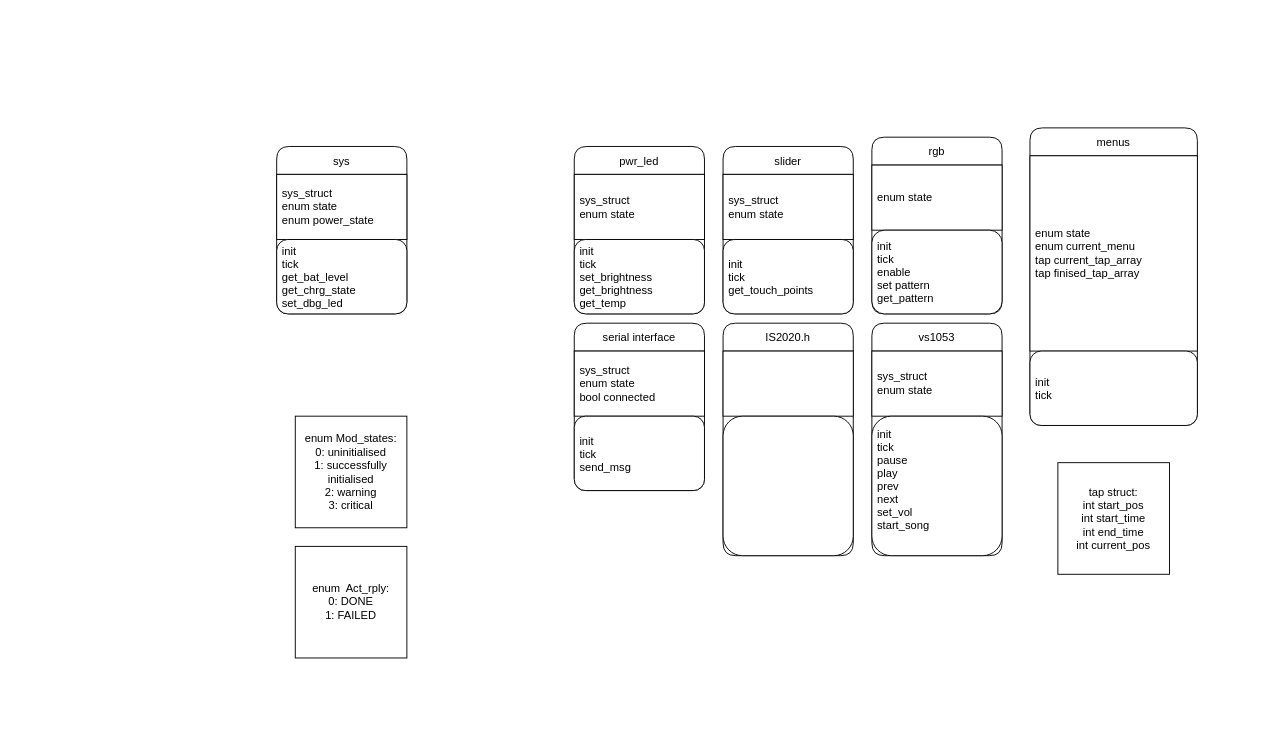
Earlier version of the draw.io diagram V2/code/M0 firmware/program layout.drawio (Scaniox/Glassphones). Source tidied: cells renumbered, new cells numbered last; positions are measured from the earlier drawing's top-left corner, leaving out a move shared by most shapes. Both pictures are drawn from the tidied source at 93%, with x=0, y=0 at pixel (276, 127).
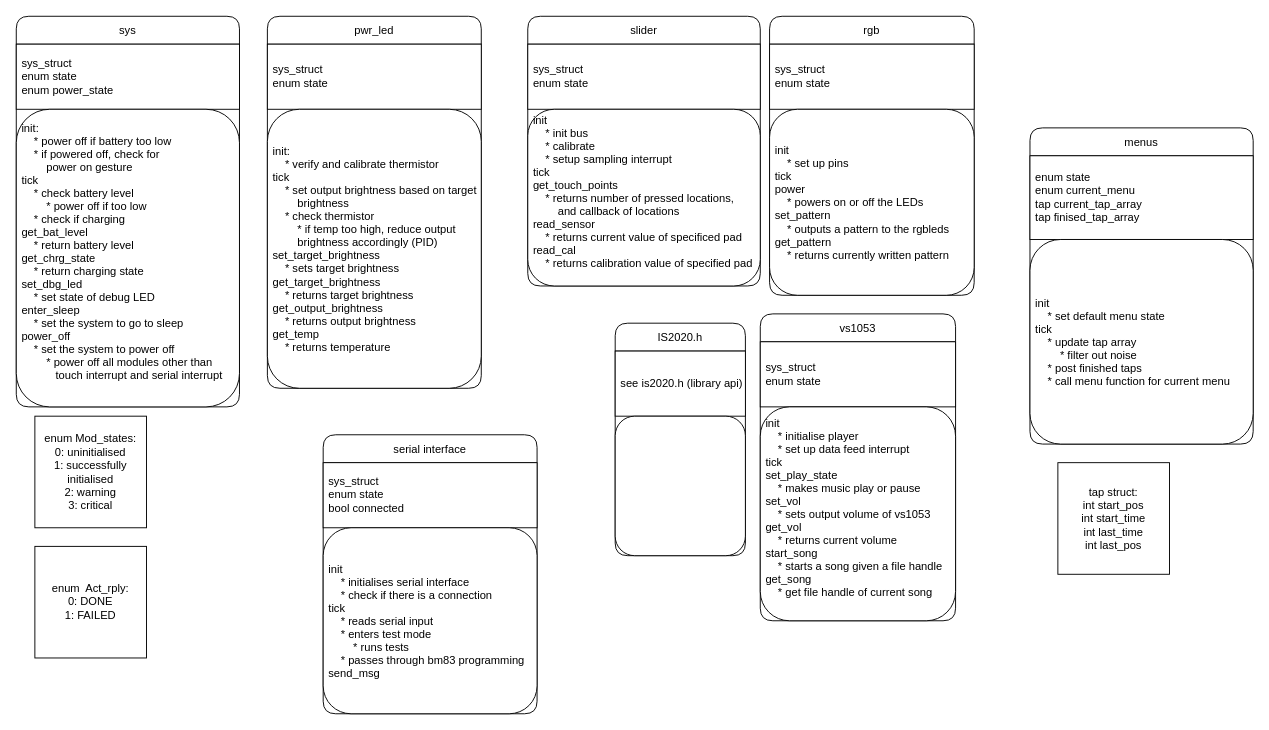
The same diagram, later.

Diff of the diagram source:
```diff
@@
     <mxCell id="2" value="IS2020.h" style="swimlane;fontStyle=0;horizontal=1;startSize=30;rounded=1;swimlaneFillColor=default;" parent="1" vertex="1">
-      <mxGeometry x="480" y="210" width="140" height="250" as="geometry" />
+      <mxGeometry x="364" y="210" width="140" height="250" as="geometry" />
     </mxCell>
-    <mxCell id="3" style="rounded=0;whiteSpace=wrap;html=1;align=left;spacingLeft=4;" parent="2" vertex="1">
+    <mxCell id="3" value="see is2020.h (library api)" style="rounded=0;whiteSpace=wrap;html=1;align=left;spacingLeft=4;" parent="2" vertex="1">
       <mxGeometry y="30" width="140" height="70" as="geometry" />
     </mxCell>
@@
     <mxCell id="5" value="enum Mod_states:&lt;br&gt;0: uninitialised&lt;br&gt;1: successfully initialised&lt;br&gt;2: warning&lt;br&gt;3: critical" style="rounded=0;whiteSpace=wrap;html=1;" parent="1" vertex="1">
-      <mxGeometry x="20" y="310" width="120" height="120" as="geometry" />
+      <mxGeometry x="-260" y="310" width="120" height="120" as="geometry" />
     </mxCell>
     <mxCell id="6" value="sys" style="swimlane;fontStyle=0;horizontal=1;startSize=30;rounded=1;swimlaneFillColor=default;" parent="1" vertex="1">
-      <mxGeometry y="20" width="140" height="180" as="geometry" />
+      <mxGeometry x="-280" y="-120" width="240" height="420" as="geometry" />
     </mxCell>
     <mxCell id="7" value="sys_struct&lt;br&gt;enum state&lt;br&gt;enum power_state" style="rounded=0;whiteSpace=wrap;html=1;align=left;spacingLeft=4;" parent="6" vertex="1">
-      <mxGeometry y="30" width="140" height="70" as="geometry" />
+      <mxGeometry y="30" width="240" height="70" as="geometry" />
     </mxCell>
-    <mxCell id="8" value="init&#10;tick&#10;get_bat_level&#10;get_chrg_state&#10;set_dbg_led" style="text;strokeColor=default;fillColor=default;align=left;verticalAlign=middle;spacingLeft=4;spacingRight=4;overflow=hidden;rounded=1;shadow=0;" parent="6" vertex="1">
-      <mxGeometry y="100" width="140" height="80" as="geometry" />
+    <mxCell id="8" value="init:&#10;    * power off if battery too low&#10;    * if powered off, check for &#10;        power on gesture&#10;tick&#10;    * check battery level&#10;        * power off if too low&#10;    * check if charging&#10;get_bat_level&#10;    * return battery level&#10;get_chrg_state&#10;    * return charging state&#10;set_dbg_led&#10;    * set state of debug LED&#10;enter_sleep&#10;    * set the system to go to sleep&#10;power_off&#10;    * set the system to power off&#10;        * power off all modules other than &#10;           touch interrupt and serial interrupt&#10;" style="text;strokeColor=default;fillColor=default;align=left;verticalAlign=middle;spacingLeft=4;spacingRight=4;overflow=hidden;rounded=1;shadow=0;" parent="6" vertex="1">
+      <mxGeometry y="100" width="240" height="320" as="geometry" />
     </mxCell>
     <mxCell id="9" value="pwr_led" style="swimlane;fontStyle=0;horizontal=1;startSize=30;rounded=1;swimlaneFillColor=default;" parent="1" vertex="1">
-      <mxGeometry x="320" y="20" width="140" height="180" as="geometry" />
+      <mxGeometry x="-10" y="-120" width="230" height="400" as="geometry" />
     </mxCell>
     <mxCell id="10" value="sys_struct&lt;br&gt;enum state" style="rounded=0;whiteSpace=wrap;html=1;align=left;spacingLeft=4;" parent="9" vertex="1">
-      <mxGeometry y="30" width="140" height="70" as="geometry" />
+      <mxGeometry y="30" width="230" height="70" as="geometry" />
     </mxCell>
-    <mxCell id="11" value="init&#10;tick&#10;set_brightness&#10;get_brightness&#10;get_temp" style="text;strokeColor=default;fillColor=default;align=left;verticalAlign=middle;spacingLeft=4;spacingRight=4;overflow=hidden;rounded=1;shadow=0;" parent="9" vertex="1">
-      <mxGeometry y="100" width="140" height="80" as="geometry" />
+    <mxCell id="11" value="init:&#10;    * verify and calibrate thermistor&#10;tick&#10;    * set output brightness based on target&#10;        brightness&#10;    * check thermistor&#10;        * if temp too high, reduce output &#10;        brightness accordingly (PID)&#10;set_target_brightness&#10;    * sets target brightness&#10;get_target_brightness&#10;    * returns target brightness&#10;get_output_brightness&#10;    * returns output brightness&#10;get_temp&#10;    * returns temperature " style="text;strokeColor=default;fillColor=default;align=left;verticalAlign=middle;spacingLeft=4;spacingRight=4;overflow=hidden;rounded=1;shadow=0;" parent="9" vertex="1">
+      <mxGeometry y="100" width="230" height="300" as="geometry" />
     </mxCell>
     <mxCell id="12" value="vs1053" style="swimlane;fontStyle=0;horizontal=1;startSize=30;rounded=1;swimlaneFillColor=default;" parent="1" vertex="1">
-      <mxGeometry x="640" y="210" width="140" height="250" as="geometry" />
+      <mxGeometry x="520" y="200" width="210" height="330" as="geometry" />
     </mxCell>
     <mxCell id="13" value="sys_struct&lt;br&gt;enum state" style="rounded=0;whiteSpace=wrap;html=1;align=left;spacingLeft=4;" parent="12" vertex="1">
-      <mxGeometry y="30" width="140" height="70" as="geometry" />
+      <mxGeometry y="30" width="210" height="70" as="geometry" />
     </mxCell>
-    <mxCell id="14" value="init&#10;tick&#10;pause &#10;play&#10;prev&#10;next&#10;set_vol&#10;start_song&#10;" style="text;strokeColor=default;fillColor=default;align=left;verticalAlign=middle;spacingLeft=4;spacingRight=4;overflow=hidden;rounded=1;shadow=0;" parent="12" vertex="1">
-      <mxGeometry y="100" width="140" height="150" as="geometry" />
+    <mxCell id="14" value="init&#10;    * initialise player&#10;    * set up data feed interrupt&#10;tick&#10;set_play_state&#10;    * makes music play or pause&#10;set_vol&#10;    * sets output volume of vs1053&#10;get_vol&#10;    * returns current volume&#10;start_song&#10;    * starts a song given a file handle&#10;get_song&#10;    * get file handle of current song&#10;" style="text;strokeColor=default;fillColor=default;align=left;verticalAlign=middle;spacingLeft=4;spacingRight=4;overflow=hidden;rounded=1;shadow=0;" parent="12" vertex="1">
+      <mxGeometry y="100" width="210" height="230" as="geometry" />
     </mxCell>
     <mxCell id="15" value="rgb" style="swimlane;fontStyle=0;horizontal=1;startSize=30;rounded=1;swimlaneFillColor=default;" parent="1" vertex="1">
-      <mxGeometry x="640" y="10" width="140" height="190" as="geometry" />
+      <mxGeometry x="530" y="-120" width="220" height="300" as="geometry" />
     </mxCell>
-    <mxCell id="16" value="enum state" style="rounded=0;whiteSpace=wrap;html=1;align=left;spacingLeft=4;" parent="15" vertex="1">
-      <mxGeometry y="30" width="140" height="70" as="geometry" />
+    <mxCell id="16" value="sys_struct&lt;br&gt;enum state" style="rounded=0;whiteSpace=wrap;html=1;align=left;spacingLeft=4;" parent="15" vertex="1">
+      <mxGeometry y="30" width="220" height="70" as="geometry" />
     </mxCell>
-    <mxCell id="17" value="init&#10;tick&#10;enable&#10;set pattern&#10;get_pattern" style="text;strokeColor=default;fillColor=default;align=left;verticalAlign=middle;spacingLeft=4;spacingRight=4;overflow=hidden;rounded=1;shadow=0;" parent="15" vertex="1">
-      <mxGeometry y="100" width="140" height="90" as="geometry" />
+    <mxCell id="17" value="init&#10;    * set up pins&#10;tick&#10;power&#10;    * powers on or off the LEDs&#10;set_pattern&#10;    * outputs a pattern to the rgbleds&#10;get_pattern&#10;    * returns currently written pattern" style="text;strokeColor=default;fillColor=default;align=left;verticalAlign=middle;spacingLeft=4;spacingRight=4;overflow=hidden;rounded=1;shadow=0;" parent="15" vertex="1">
+      <mxGeometry y="100" width="220" height="200" as="geometry" />
     </mxCell>
     <mxCell id="18" value="menus" style="swimlane;fontStyle=0;horizontal=1;startSize=30;rounded=1;swimlaneFillColor=default;" parent="1" vertex="1">
-      <mxGeometry x="810" width="180" height="320" as="geometry" />
+      <mxGeometry x="810" width="240" height="340" as="geometry" />
     </mxCell>
     <mxCell id="19" value="enum state&lt;br&gt;enum current_menu&lt;br&gt;tap current_tap_array&lt;br&gt;tap finised_tap_array" style="rounded=0;whiteSpace=wrap;html=1;align=left;spacingLeft=4;" parent="18" vertex="1">
-      <mxGeometry y="30" width="180" height="210" as="geometry" />
+      <mxGeometry y="30" width="240" height="90" as="geometry" />
     </mxCell>
-    <mxCell id="20" value="init&#10;tick" style="text;strokeColor=default;fillColor=default;align=left;verticalAlign=middle;spacingLeft=4;spacingRight=4;overflow=hidden;rounded=1;shadow=0;" parent="18" vertex="1">
-      <mxGeometry y="240" width="180" height="80" as="geometry" />
+    <mxCell id="20" value="init&#10;    * set default menu state&#10;tick&#10;    * update tap array&#10;        * filter out noise&#10;    * post finished taps&#10;    * call menu function for current menu" style="text;strokeColor=default;fillColor=default;align=left;verticalAlign=middle;spacingLeft=4;spacingRight=4;overflow=hidden;rounded=1;shadow=0;" parent="18" vertex="1">
+      <mxGeometry y="120" width="240" height="220" as="geometry" />
     </mxCell>
     <mxCell id="21" value="slider" style="swimlane;fontStyle=0;horizontal=1;startSize=30;rounded=1;swimlaneFillColor=default;" parent="1" vertex="1">
-      <mxGeometry x="480" y="20" width="140" height="180" as="geometry" />
+      <mxGeometry x="270" y="-120" width="250" height="290" as="geometry" />
     </mxCell>
     <mxCell id="22" value="sys_struct&lt;br&gt;enum state" style="rounded=0;whiteSpace=wrap;html=1;align=left;spacingLeft=4;" parent="21" vertex="1">
-      <mxGeometry y="30" width="140" height="70" as="geometry" />
+      <mxGeometry y="30" width="250" height="70" as="geometry" />
     </mxCell>
-    <mxCell id="23" value="init&#10;tick&#10;get_touch_points" style="text;strokeColor=default;fillColor=default;align=left;verticalAlign=middle;spacingLeft=4;spacingRight=4;overflow=hidden;rounded=1;shadow=0;" parent="21" vertex="1">
-      <mxGeometry y="100" width="140" height="80" as="geometry" />
+    <mxCell id="23" value="init&#10;    * init bus&#10;    * calibrate&#10;    * setup sampling interrupt&#10;tick&#10;get_touch_points&#10;    * returns number of pressed locations, &#10;        and callback of locations&#10;read_sensor&#10;    * returns current value of specificed pad&#10;read_cal&#10;    * returns calibration value of specified pad&#10;" style="text;strokeColor=default;fillColor=default;align=left;verticalAlign=middle;spacingLeft=4;spacingRight=4;overflow=hidden;rounded=1;shadow=0;" parent="21" vertex="1">
+      <mxGeometry y="100" width="250" height="190" as="geometry" />
     </mxCell>
     <mxCell id="24" value="serial interface" style="swimlane;fontStyle=0;horizontal=1;startSize=30;rounded=1;swimlaneFillColor=default;" parent="1" vertex="1">
-      <mxGeometry x="320" y="210" width="140" height="180" as="geometry" />
+      <mxGeometry x="50" y="330" width="230" height="300" as="geometry" />
     </mxCell>
     <mxCell id="25" value="sys_struct&lt;br&gt;enum state&lt;br&gt;bool connected" style="rounded=0;whiteSpace=wrap;html=1;align=left;spacingLeft=4;" parent="24" vertex="1">
-      <mxGeometry y="30" width="140" height="70" as="geometry" />
+      <mxGeometry y="30" width="230" height="70" as="geometry" />
     </mxCell>
-    <mxCell id="26" value="init&#10;tick&#10;send_msg" style="text;strokeColor=default;fillColor=default;align=left;verticalAlign=middle;spacingLeft=4;spacingRight=4;overflow=hidden;rounded=1;shadow=0;" parent="24" vertex="1">
-      <mxGeometry y="100" width="140" height="80" as="geometry" />
+    <mxCell id="26" value="init&#10;    * initialises serial interface&#10;    * check if there is a connection&#10;tick&#10;    * reads serial input&#10;    * enters test mode&#10;        * runs tests&#10;    * passes through bm83 programming&#10;send_msg" style="text;strokeColor=default;fillColor=default;align=left;verticalAlign=middle;spacingLeft=4;spacingRight=4;overflow=hidden;rounded=1;shadow=0;" parent="24" vertex="1">
+      <mxGeometry y="100" width="230" height="200" as="geometry" />
     </mxCell>
     <mxCell id="27" value="enum&amp;nbsp; Act_rply:&lt;br&gt;0: DONE&lt;br&gt;1: FAILED" style="rounded=0;whiteSpace=wrap;html=1;" parent="1" vertex="1">
-      <mxGeometry x="20" y="450" width="120" height="120" as="geometry" />
+      <mxGeometry x="-260" y="450" width="120" height="120" as="geometry" />
     </mxCell>
-    <mxCell id="28" value="&lt;span style=&quot;text-align: left&quot;&gt;tap struct:&lt;/span&gt;&lt;br style=&quot;text-align: left&quot;&gt;&lt;span style=&quot;text-align: left&quot;&gt;int start_pos&lt;/span&gt;&lt;br style=&quot;text-align: left&quot;&gt;&lt;span style=&quot;text-align: left&quot;&gt;int start_time&lt;/span&gt;&lt;br style=&quot;text-align: left&quot;&gt;&lt;span style=&quot;text-align: left&quot;&gt;int end_time&lt;/span&gt;&lt;br style=&quot;text-align: left&quot;&gt;&lt;span style=&quot;text-align: left&quot;&gt;int current_pos&lt;/span&gt;" style="rounded=0;whiteSpace=wrap;html=1;" parent="1" vertex="1">
+    <mxCell id="28" value="&lt;span style=&quot;text-align: left&quot;&gt;tap struct:&lt;/span&gt;&lt;br style=&quot;text-align: left&quot;&gt;&lt;span style=&quot;text-align: left&quot;&gt;int start_pos&lt;/span&gt;&lt;br style=&quot;text-align: left&quot;&gt;&lt;span style=&quot;text-align: left&quot;&gt;int start_time&lt;/span&gt;&lt;br style=&quot;text-align: left&quot;&gt;&lt;span style=&quot;text-align: left&quot;&gt;int last_time&lt;/span&gt;&lt;br style=&quot;text-align: left&quot;&gt;&lt;span style=&quot;text-align: left&quot;&gt;int last_pos&lt;/span&gt;" style="rounded=0;whiteSpace=wrap;html=1;" parent="1" vertex="1">
       <mxGeometry x="840" y="360" width="120" height="120" as="geometry" />
     </mxCell>
```
